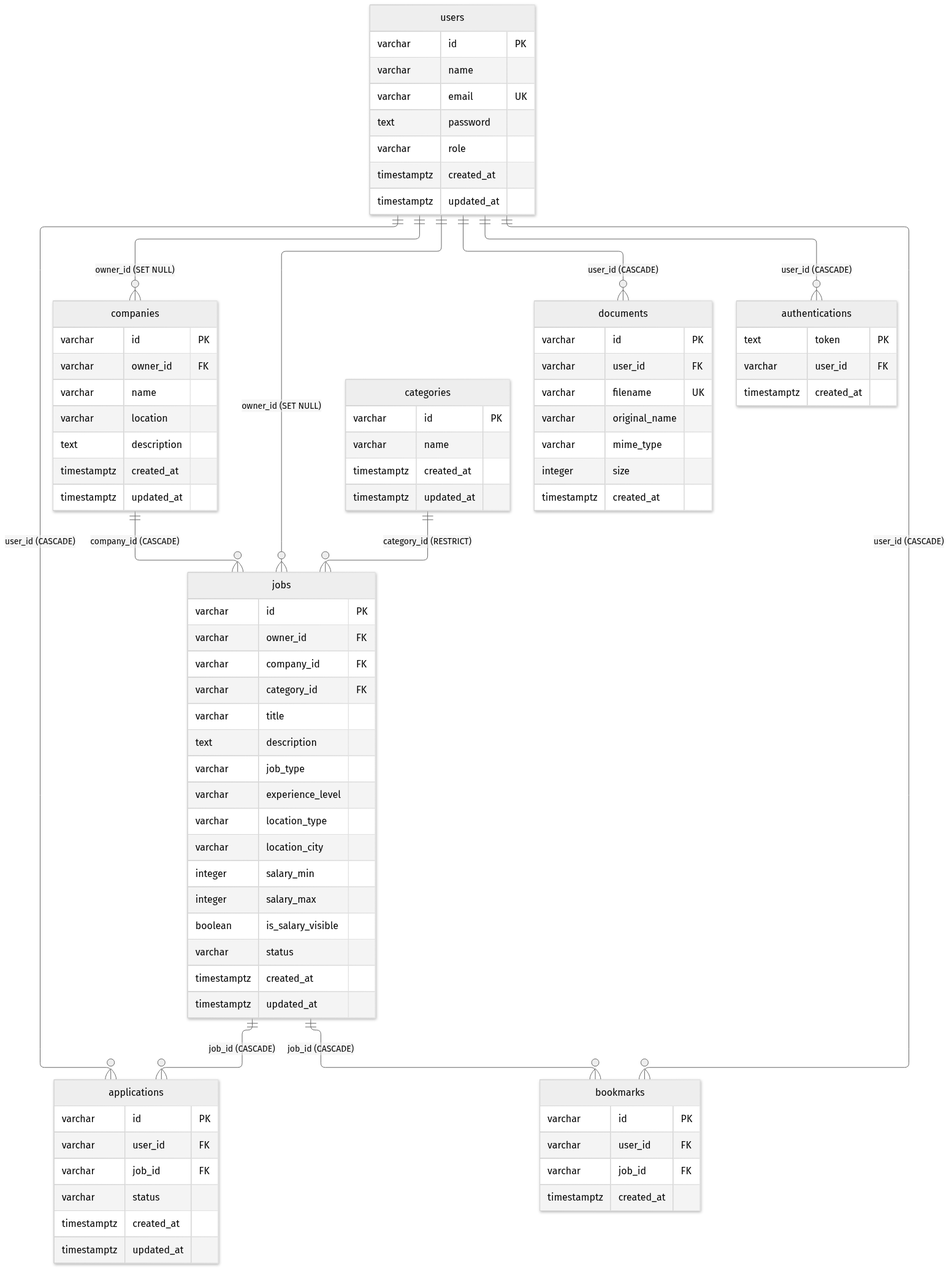
Before: docs/ERD-OpenJob-versi-2.png, a diagram exported from Mermaid (alfinhimawan/Proyek-Akhir-OpenJob-RESTful-API-Versi-2). Its source is kept beside it as docs/ERD-OpenJob-versi-2.mmd. Its diagram source:
```mermaid
erDiagram
    users ||--o{ companies : "owner_id (SET NULL)"
    users ||--o{ jobs : "owner_id (SET NULL)"
    users ||--o{ applications : "user_id (CASCADE)"
    users ||--o{ bookmarks : "user_id (CASCADE)"
    users ||--o{ authentications : "user_id (CASCADE)"
    users ||--o{ documents : "user_id (CASCADE)"
    companies ||--o{ jobs : "company_id (CASCADE)"
    categories ||--o{ jobs : "category_id (RESTRICT)"
    jobs ||--o{ applications : "job_id (CASCADE)"
    jobs ||--o{ bookmarks : "job_id (CASCADE)"

    users {
        varchar id PK
        varchar name
        varchar email UK
        text password
        varchar role
        timestamptz created_at
        timestamptz updated_at
    }
    documents {
        varchar id PK
        varchar user_id FK
        varchar filename UK
        varchar original_name
        varchar mime_type
        integer size
        timestamptz created_at
    }
    companies {
        varchar id PK
        varchar owner_id FK
        varchar name
        varchar location
        text description
        timestamptz created_at
        timestamptz updated_at
    }
    categories {
        varchar id PK
        varchar name
        timestamptz created_at
        timestamptz updated_at
    }
    jobs {
        varchar id PK
        varchar owner_id FK
        varchar company_id FK
        varchar category_id FK
        varchar title
        text description
        varchar job_type
        varchar experience_level
        varchar location_type
        varchar location_city
        integer salary_min
        integer salary_max
        boolean is_salary_visible
        varchar status
        timestamptz created_at
        timestamptz updated_at
    }
    applications {
        varchar id PK
        varchar user_id FK
        varchar job_id FK
        varchar status
        timestamptz created_at
        timestamptz updated_at
    }
    bookmarks {
        varchar id PK
        varchar user_id FK
        varchar job_id FK
        timestamptz created_at
    }
    authentications {
        text token PK
        varchar user_id FK
        timestamptz created_at
    }
```
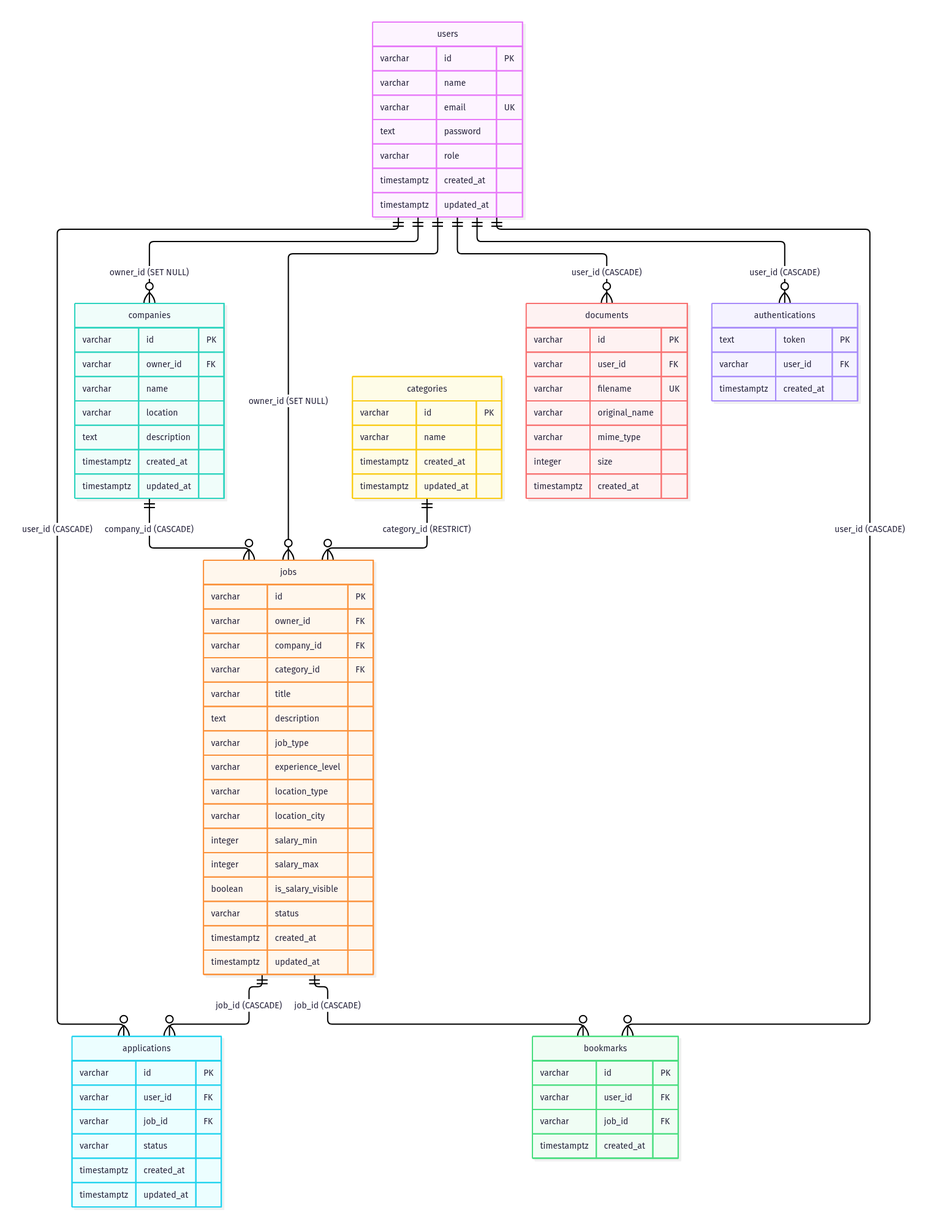
Later version of the same file.

Commit message:
docs: perbarui diagram ERD versi 2 dengan tema berwarna dan latar putih solid

Change to the diagram source:
```diff
@@ -1,3 +1,8 @@
+---
+config:
+  theme: redux-color
+  look: neo
+---
 erDiagram
     users ||--o{ companies : "owner_id (SET NULL)"
     users ||--o{ jobs : "owner_id (SET NULL)"
```
